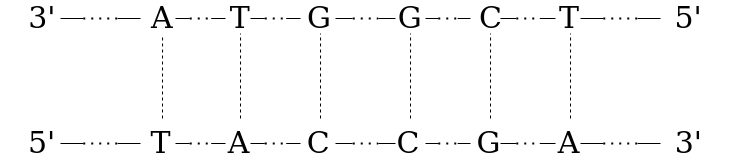
Above: tex/image/dna.png in NYCU-PCCA/Winter-Camp-Contest-2023 (draw.io), before the change. Source tidied: cells renumbered, new cells last; positions are measured from the earlier drawing's top-left corner, leaving out a move shared by most shapes. Its diagram source:
```xml
<mxGraphModel>
  <root>
    <mxCell id="0" />
    <mxCell id="1" parent="0" />
    <mxCell id="2" style="group;" parent="1" vertex="1">
      <mxGeometry width="730" height="30" as="geometry" />
    </mxCell>
    <mxCell id="3" value="&lt;font style=&quot;font-size: 30px;&quot; face=&quot;Lucida Console&quot;&gt;3'&amp;nbsp; &amp;nbsp; &amp;nbsp;&amp;nbsp; &amp;nbsp;&amp;nbsp; A&amp;nbsp;&amp;nbsp;&amp;nbsp;&amp;nbsp;&amp;nbsp; T&amp;nbsp;&amp;nbsp;&amp;nbsp;&amp;nbsp;&amp;nbsp; G &amp;nbsp; &amp;nbsp; &amp;nbsp; G&amp;nbsp;&amp;nbsp;&amp;nbsp;&amp;nbsp;&amp;nbsp; C&amp;nbsp;&amp;nbsp;&amp;nbsp;&amp;nbsp;&amp;nbsp; T&amp;nbsp;&amp;nbsp;&amp;nbsp;&amp;nbsp;&amp;nbsp;&amp;nbsp;&amp;nbsp;&amp;nbsp;&amp;nbsp; 5'&lt;br&gt;&lt;/font&gt;" style="text;html=1;strokeColor=none;fillColor=none;align=center;verticalAlign=middle;whiteSpace=wrap;rounded=0;" parent="2" vertex="1">
      <mxGeometry width="730" height="30" as="geometry" />
    </mxCell>
    <mxCell id="4" style="group;" parent="2" vertex="1">
      <mxGeometry x="175" y="15" width="50" as="geometry" />
    </mxCell>
    <mxCell id="5" style="endArrow=none;html=1;rounded=0;fontFamily=Lucida Console;fontSize=30;" parent="4" edge="1">
      <mxGeometry relative="1" as="geometry">
        <mxPoint as="sourcePoint" />
        <mxPoint x="14.3" as="targetPoint" />
      </mxGeometry>
    </mxCell>
    <mxCell id="6" style="endArrow=none;dashed=1;html=1;dashPattern=1 3;strokeWidth=2;rounded=0;fontFamily=Lucida Console;fontSize=30;" parent="4" edge="1">
      <mxGeometry relative="1" as="geometry">
        <mxPoint x="14.3" as="sourcePoint" />
        <mxPoint x="35.7" as="targetPoint" />
      </mxGeometry>
    </mxCell>
    <mxCell id="7" style="endArrow=none;html=1;rounded=0;fontFamily=Lucida Console;fontSize=30;" parent="4" edge="1">
      <mxGeometry relative="1" as="geometry">
        <mxPoint x="35.7" as="sourcePoint" />
        <mxPoint x="50" as="targetPoint" />
      </mxGeometry>
    </mxCell>
    <mxCell id="8" style="group;" parent="2" vertex="1">
      <mxGeometry x="250" y="15" width="50" as="geometry" />
    </mxCell>
    <mxCell id="9" style="endArrow=none;html=1;rounded=0;fontFamily=Lucida Console;fontSize=30;" parent="8" edge="1">
      <mxGeometry relative="1" as="geometry">
        <mxPoint as="sourcePoint" />
        <mxPoint x="14.3" as="targetPoint" />
      </mxGeometry>
    </mxCell>
    <mxCell id="10" style="endArrow=none;dashed=1;html=1;dashPattern=1 3;strokeWidth=2;rounded=0;fontFamily=Lucida Console;fontSize=30;" parent="8" edge="1">
      <mxGeometry relative="1" as="geometry">
        <mxPoint x="14.3" as="sourcePoint" />
        <mxPoint x="35.7" as="targetPoint" />
      </mxGeometry>
    </mxCell>
    <mxCell id="11" style="endArrow=none;html=1;rounded=0;fontFamily=Lucida Console;fontSize=30;" parent="8" edge="1">
      <mxGeometry relative="1" as="geometry">
        <mxPoint x="35.7" as="sourcePoint" />
        <mxPoint x="50" as="targetPoint" />
      </mxGeometry>
    </mxCell>
    <mxCell id="12" style="group;" parent="2" vertex="1">
      <mxGeometry x="335" y="15" width="60" as="geometry" />
    </mxCell>
    <mxCell id="13" style="endArrow=none;html=1;rounded=0;fontFamily=Lucida Console;fontSize=30;" parent="12" edge="1">
      <mxGeometry relative="1" as="geometry">
        <mxPoint as="sourcePoint" />
        <mxPoint x="17.1" as="targetPoint" />
      </mxGeometry>
    </mxCell>
    <mxCell id="14" style="endArrow=none;dashed=1;html=1;dashPattern=1 3;strokeWidth=2;rounded=0;fontFamily=Lucida Console;fontSize=30;" parent="12" edge="1">
      <mxGeometry relative="1" as="geometry">
        <mxPoint x="17.1" as="sourcePoint" />
        <mxPoint x="42.9" as="targetPoint" />
      </mxGeometry>
    </mxCell>
    <mxCell id="15" style="endArrow=none;html=1;rounded=0;fontFamily=Lucida Console;fontSize=30;" parent="12" edge="1">
      <mxGeometry relative="1" as="geometry">
        <mxPoint x="42.9" as="sourcePoint" />
        <mxPoint x="60" as="targetPoint" />
      </mxGeometry>
    </mxCell>
    <mxCell id="16" style="group;" parent="2" vertex="1">
      <mxGeometry x="425" y="15" width="45" as="geometry" />
    </mxCell>
    <mxCell id="17" style="endArrow=none;html=1;rounded=0;fontFamily=Lucida Console;fontSize=30;" parent="16" edge="1">
      <mxGeometry relative="1" as="geometry">
        <mxPoint as="sourcePoint" />
        <mxPoint x="12.9" as="targetPoint" />
      </mxGeometry>
    </mxCell>
    <mxCell id="18" style="endArrow=none;dashed=1;html=1;dashPattern=1 3;strokeWidth=2;rounded=0;fontFamily=Lucida Console;fontSize=30;" parent="16" edge="1">
      <mxGeometry relative="1" as="geometry">
        <mxPoint x="12.9" as="sourcePoint" />
        <mxPoint x="32.1" as="targetPoint" />
      </mxGeometry>
    </mxCell>
    <mxCell id="19" style="endArrow=none;html=1;rounded=0;fontFamily=Lucida Console;fontSize=30;" parent="16" edge="1">
      <mxGeometry relative="1" as="geometry">
        <mxPoint x="32.1" as="sourcePoint" />
        <mxPoint x="45" as="targetPoint" />
      </mxGeometry>
    </mxCell>
    <mxCell id="20" style="group;" parent="2" vertex="1">
      <mxGeometry x="500" y="15" width="55" as="geometry" />
    </mxCell>
    <mxCell id="21" style="endArrow=none;html=1;rounded=0;fontFamily=Lucida Console;fontSize=30;" parent="20" edge="1">
      <mxGeometry relative="1" as="geometry">
        <mxPoint as="sourcePoint" />
        <mxPoint x="15.7" as="targetPoint" />
      </mxGeometry>
    </mxCell>
    <mxCell id="22" style="endArrow=none;dashed=1;html=1;dashPattern=1 3;strokeWidth=2;rounded=0;fontFamily=Lucida Console;fontSize=30;" parent="20" edge="1">
      <mxGeometry relative="1" as="geometry">
        <mxPoint x="15.7" as="sourcePoint" />
        <mxPoint x="39.3" as="targetPoint" />
      </mxGeometry>
    </mxCell>
    <mxCell id="23" style="endArrow=none;html=1;rounded=0;fontFamily=Lucida Console;fontSize=30;" parent="20" edge="1">
      <mxGeometry relative="1" as="geometry">
        <mxPoint x="39.3" as="sourcePoint" />
        <mxPoint x="55" as="targetPoint" />
      </mxGeometry>
    </mxCell>
    <mxCell id="24" style="group;" parent="2" vertex="1">
      <mxGeometry x="580" y="15" width="80" as="geometry" />
    </mxCell>
    <mxCell id="25" style="endArrow=none;html=1;rounded=0;fontFamily=Lucida Console;fontSize=30;" parent="24" edge="1">
      <mxGeometry relative="1" as="geometry">
        <mxPoint as="sourcePoint" />
        <mxPoint x="22.9" as="targetPoint" />
      </mxGeometry>
    </mxCell>
    <mxCell id="26" style="endArrow=none;dashed=1;html=1;dashPattern=1 3;strokeWidth=2;rounded=0;fontFamily=Lucida Console;fontSize=30;" parent="24" edge="1">
      <mxGeometry relative="1" as="geometry">
        <mxPoint x="22.9" as="sourcePoint" />
        <mxPoint x="57.1" as="targetPoint" />
      </mxGeometry>
    </mxCell>
    <mxCell id="27" style="endArrow=none;html=1;rounded=0;fontFamily=Lucida Console;fontSize=30;" parent="24" edge="1">
      <mxGeometry relative="1" as="geometry">
        <mxPoint x="57.1" as="sourcePoint" />
        <mxPoint x="80" as="targetPoint" />
      </mxGeometry>
    </mxCell>
    <mxCell id="28" style="group;" parent="2" vertex="1">
      <mxGeometry x="60" y="15" width="80" as="geometry" />
    </mxCell>
    <mxCell id="29" style="endArrow=none;html=1;rounded=0;fontFamily=Lucida Console;fontSize=30;" parent="28" edge="1">
      <mxGeometry relative="1" as="geometry">
        <mxPoint as="sourcePoint" />
        <mxPoint x="22.9" as="targetPoint" />
      </mxGeometry>
    </mxCell>
    <mxCell id="30" style="endArrow=none;dashed=1;html=1;dashPattern=1 3;strokeWidth=2;rounded=0;fontFamily=Lucida Console;fontSize=30;" parent="28" edge="1">
      <mxGeometry relative="1" as="geometry">
        <mxPoint x="22.9" as="sourcePoint" />
        <mxPoint x="57.1" as="targetPoint" />
      </mxGeometry>
    </mxCell>
    <mxCell id="31" style="endArrow=none;html=1;rounded=0;fontFamily=Lucida Console;fontSize=30;" parent="28" edge="1">
      <mxGeometry relative="1" as="geometry">
        <mxPoint x="57.1" as="sourcePoint" />
        <mxPoint x="80" as="targetPoint" />
      </mxGeometry>
    </mxCell>
    <mxCell id="32" style="group;" parent="1" vertex="1">
      <mxGeometry y="125" width="730" height="30" as="geometry" />
    </mxCell>
    <mxCell id="33" value="&lt;font style=&quot;font-size: 30px;&quot; face=&quot;Lucida Console&quot;&gt;5'&amp;nbsp; &amp;nbsp; &amp;nbsp;&amp;nbsp; &amp;nbsp;&amp;nbsp; T &amp;nbsp;&amp;nbsp;&amp;nbsp;&amp;nbsp; A &amp;nbsp;&amp;nbsp;&amp;nbsp;&amp;nbsp; C &amp;nbsp; &amp;nbsp; &amp;nbsp; C &amp;nbsp;&amp;nbsp;&amp;nbsp;&amp;nbsp; G &amp;nbsp;&amp;nbsp;&amp;nbsp;&amp;nbsp; A &amp;nbsp;&amp;nbsp;&amp;nbsp;&amp;nbsp;&amp;nbsp;&amp;nbsp;&amp;nbsp;&amp;nbsp; 3'&lt;br&gt;&lt;/font&gt;" style="text;html=1;strokeColor=none;fillColor=none;align=center;verticalAlign=middle;whiteSpace=wrap;rounded=0;" parent="32" vertex="1">
      <mxGeometry width="730" height="30" as="geometry" />
    </mxCell>
    <mxCell id="34" style="group;" parent="32" vertex="1">
      <mxGeometry x="175" y="15" width="50" as="geometry" />
    </mxCell>
    <mxCell id="35" style="endArrow=none;html=1;rounded=0;fontFamily=Lucida Console;fontSize=30;" parent="34" edge="1">
      <mxGeometry relative="1" as="geometry">
        <mxPoint as="sourcePoint" />
        <mxPoint x="14.3" as="targetPoint" />
      </mxGeometry>
    </mxCell>
    <mxCell id="36" style="endArrow=none;dashed=1;html=1;dashPattern=1 3;strokeWidth=2;rounded=0;fontFamily=Lucida Console;fontSize=30;" parent="34" edge="1">
      <mxGeometry relative="1" as="geometry">
        <mxPoint x="14.3" as="sourcePoint" />
        <mxPoint x="35.7" as="targetPoint" />
      </mxGeometry>
    </mxCell>
    <mxCell id="37" style="endArrow=none;html=1;rounded=0;fontFamily=Lucida Console;fontSize=30;" parent="34" edge="1">
      <mxGeometry relative="1" as="geometry">
        <mxPoint x="35.7" as="sourcePoint" />
        <mxPoint x="50" as="targetPoint" />
      </mxGeometry>
    </mxCell>
    <mxCell id="38" style="group;" parent="32" vertex="1">
      <mxGeometry x="250" y="15" width="50" as="geometry" />
    </mxCell>
    <mxCell id="39" style="endArrow=none;html=1;rounded=0;fontFamily=Lucida Console;fontSize=30;" parent="38" edge="1">
      <mxGeometry relative="1" as="geometry">
        <mxPoint as="sourcePoint" />
        <mxPoint x="14.3" as="targetPoint" />
      </mxGeometry>
    </mxCell>
    <mxCell id="40" style="endArrow=none;dashed=1;html=1;dashPattern=1 3;strokeWidth=2;rounded=0;fontFamily=Lucida Console;fontSize=30;" parent="38" edge="1">
      <mxGeometry relative="1" as="geometry">
        <mxPoint x="14.3" as="sourcePoint" />
        <mxPoint x="35.7" as="targetPoint" />
      </mxGeometry>
    </mxCell>
    <mxCell id="41" style="endArrow=none;html=1;rounded=0;fontFamily=Lucida Console;fontSize=30;" parent="38" edge="1">
      <mxGeometry relative="1" as="geometry">
        <mxPoint x="35.7" as="sourcePoint" />
        <mxPoint x="50" as="targetPoint" />
      </mxGeometry>
    </mxCell>
    <mxCell id="42" style="group;" parent="32" vertex="1">
      <mxGeometry x="335" y="15" width="60" as="geometry" />
    </mxCell>
    <mxCell id="43" style="endArrow=none;html=1;rounded=0;fontFamily=Lucida Console;fontSize=30;" parent="42" edge="1">
      <mxGeometry relative="1" as="geometry">
        <mxPoint as="sourcePoint" />
        <mxPoint x="17.1" as="targetPoint" />
      </mxGeometry>
    </mxCell>
    <mxCell id="44" style="endArrow=none;dashed=1;html=1;dashPattern=1 3;strokeWidth=2;rounded=0;fontFamily=Lucida Console;fontSize=30;" parent="42" edge="1">
      <mxGeometry relative="1" as="geometry">
        <mxPoint x="17.1" as="sourcePoint" />
        <mxPoint x="42.9" as="targetPoint" />
      </mxGeometry>
    </mxCell>
    <mxCell id="45" style="endArrow=none;html=1;rounded=0;fontFamily=Lucida Console;fontSize=30;" parent="42" edge="1">
      <mxGeometry relative="1" as="geometry">
        <mxPoint x="42.9" as="sourcePoint" />
        <mxPoint x="60" as="targetPoint" />
      </mxGeometry>
    </mxCell>
    <mxCell id="46" style="group;" parent="32" vertex="1">
      <mxGeometry x="425" y="15" width="45" as="geometry" />
    </mxCell>
    <mxCell id="47" style="endArrow=none;html=1;rounded=0;fontFamily=Lucida Console;fontSize=30;" parent="46" edge="1">
      <mxGeometry relative="1" as="geometry">
        <mxPoint as="sourcePoint" />
        <mxPoint x="12.9" as="targetPoint" />
      </mxGeometry>
    </mxCell>
    <mxCell id="48" style="endArrow=none;dashed=1;html=1;dashPattern=1 3;strokeWidth=2;rounded=0;fontFamily=Lucida Console;fontSize=30;" parent="46" edge="1">
      <mxGeometry relative="1" as="geometry">
        <mxPoint x="12.9" as="sourcePoint" />
        <mxPoint x="32.1" as="targetPoint" />
      </mxGeometry>
    </mxCell>
    <mxCell id="49" style="endArrow=none;html=1;rounded=0;fontFamily=Lucida Console;fontSize=30;" parent="46" edge="1">
      <mxGeometry relative="1" as="geometry">
        <mxPoint x="32.1" as="sourcePoint" />
        <mxPoint x="45" as="targetPoint" />
      </mxGeometry>
    </mxCell>
    <mxCell id="50" style="group;" parent="32" vertex="1">
      <mxGeometry x="500" y="15" width="55" as="geometry" />
    </mxCell>
    <mxCell id="51" style="endArrow=none;html=1;rounded=0;fontFamily=Lucida Console;fontSize=30;" parent="50" edge="1">
      <mxGeometry relative="1" as="geometry">
        <mxPoint as="sourcePoint" />
        <mxPoint x="15.7" as="targetPoint" />
      </mxGeometry>
    </mxCell>
    <mxCell id="52" style="endArrow=none;dashed=1;html=1;dashPattern=1 3;strokeWidth=2;rounded=0;fontFamily=Lucida Console;fontSize=30;" parent="50" edge="1">
      <mxGeometry relative="1" as="geometry">
        <mxPoint x="15.7" as="sourcePoint" />
        <mxPoint x="39.3" as="targetPoint" />
      </mxGeometry>
    </mxCell>
    <mxCell id="53" style="endArrow=none;html=1;rounded=0;fontFamily=Lucida Console;fontSize=30;" parent="50" edge="1">
      <mxGeometry relative="1" as="geometry">
        <mxPoint x="39.3" as="sourcePoint" />
        <mxPoint x="55" as="targetPoint" />
      </mxGeometry>
    </mxCell>
    <mxCell id="54" style="group;" parent="32" vertex="1">
      <mxGeometry x="580" y="15" width="80" as="geometry" />
    </mxCell>
    <mxCell id="55" style="endArrow=none;html=1;rounded=0;fontFamily=Lucida Console;fontSize=30;" parent="54" edge="1">
      <mxGeometry relative="1" as="geometry">
        <mxPoint as="sourcePoint" />
        <mxPoint x="22.9" as="targetPoint" />
      </mxGeometry>
    </mxCell>
    <mxCell id="56" style="endArrow=none;dashed=1;html=1;dashPattern=1 3;strokeWidth=2;rounded=0;fontFamily=Lucida Console;fontSize=30;" parent="54" edge="1">
      <mxGeometry relative="1" as="geometry">
        <mxPoint x="22.9" as="sourcePoint" />
        <mxPoint x="57.1" as="targetPoint" />
      </mxGeometry>
    </mxCell>
    <mxCell id="57" style="endArrow=none;html=1;rounded=0;fontFamily=Lucida Console;fontSize=30;" parent="54" edge="1">
      <mxGeometry relative="1" as="geometry">
        <mxPoint x="57.1" as="sourcePoint" />
        <mxPoint x="80" as="targetPoint" />
      </mxGeometry>
    </mxCell>
    <mxCell id="58" style="group;" parent="32" vertex="1">
      <mxGeometry x="60" y="15" width="80" as="geometry" />
    </mxCell>
    <mxCell id="59" style="endArrow=none;html=1;rounded=0;fontFamily=Lucida Console;fontSize=30;" parent="58" edge="1">
      <mxGeometry relative="1" as="geometry">
        <mxPoint as="sourcePoint" />
        <mxPoint x="22.9" as="targetPoint" />
      </mxGeometry>
    </mxCell>
    <mxCell id="60" style="endArrow=none;dashed=1;html=1;dashPattern=1 3;strokeWidth=2;rounded=0;fontFamily=Lucida Console;fontSize=30;" parent="58" edge="1">
      <mxGeometry relative="1" as="geometry">
        <mxPoint x="22.9" as="sourcePoint" />
        <mxPoint x="57.1" as="targetPoint" />
      </mxGeometry>
    </mxCell>
    <mxCell id="61" style="endArrow=none;html=1;rounded=0;fontFamily=Lucida Console;fontSize=30;" parent="58" edge="1">
      <mxGeometry relative="1" as="geometry">
        <mxPoint x="57.1" as="sourcePoint" />
        <mxPoint x="80" as="targetPoint" />
      </mxGeometry>
    </mxCell>
    <mxCell id="62" style="endArrow=none;dashed=1;html=1;rounded=0;fontFamily=Lucida Console;fontSize=30;entryX=0.222;entryY=1.1;entryDx=0;entryDy=0;entryPerimeter=0;" parent="1" edge="1" target="3">
      <mxGeometry relative="1" as="geometry">
        <mxPoint x="162" y="115" as="sourcePoint" />
      </mxGeometry>
    </mxCell>
    <mxCell id="63" style="endArrow=none;dashed=1;html=1;rounded=0;fontFamily=Lucida Console;fontSize=30;entryX=0.222;entryY=1.1;entryDx=0;entryDy=0;entryPerimeter=0;" parent="1" edge="1">
      <mxGeometry relative="1" as="geometry">
        <mxPoint x="240" y="115" as="sourcePoint" />
        <mxPoint x="240.1" y="30" as="targetPoint" />
      </mxGeometry>
    </mxCell>
    <mxCell id="64" style="endArrow=none;dashed=1;html=1;rounded=0;fontFamily=Lucida Console;fontSize=30;entryX=0.222;entryY=1.1;entryDx=0;entryDy=0;entryPerimeter=0;" parent="1" edge="1">
      <mxGeometry relative="1" as="geometry">
        <mxPoint x="320" y="115" as="sourcePoint" />
        <mxPoint x="320.1" y="30" as="targetPoint" />
      </mxGeometry>
    </mxCell>
    <mxCell id="65" style="endArrow=none;dashed=1;html=1;rounded=0;fontFamily=Lucida Console;fontSize=30;entryX=0.222;entryY=1.1;entryDx=0;entryDy=0;entryPerimeter=0;" parent="1" edge="1">
      <mxGeometry relative="1" as="geometry">
        <mxPoint x="410" y="115" as="sourcePoint" />
        <mxPoint x="410.1" y="30" as="targetPoint" />
      </mxGeometry>
    </mxCell>
    <mxCell id="66" style="endArrow=none;dashed=1;html=1;rounded=0;fontFamily=Lucida Console;fontSize=30;entryX=0.222;entryY=1.1;entryDx=0;entryDy=0;entryPerimeter=0;" parent="1" edge="1">
      <mxGeometry relative="1" as="geometry">
        <mxPoint x="490" y="115" as="sourcePoint" />
        <mxPoint x="490.1" y="30" as="targetPoint" />
      </mxGeometry>
    </mxCell>
    <mxCell id="67" style="endArrow=none;dashed=1;html=1;rounded=0;fontFamily=Lucida Console;fontSize=30;entryX=0.222;entryY=1.1;entryDx=0;entryDy=0;entryPerimeter=0;" parent="1" edge="1">
      <mxGeometry relative="1" as="geometry">
        <mxPoint x="570" y="115" as="sourcePoint" />
        <mxPoint x="570.1" y="30" as="targetPoint" />
      </mxGeometry>
    </mxCell>
  </root>
</mxGraphModel>
```
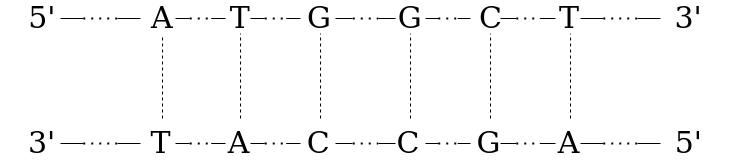
The same diagram one commit later.

The edit, as a diff of the source:
```diff
@@ -5,7 +5,7 @@
     <mxCell id="2" style="group;" parent="1" vertex="1">
       <mxGeometry width="730" height="30" as="geometry" />
     </mxCell>
-    <mxCell id="3" value="&lt;font style=&quot;font-size: 30px;&quot; face=&quot;Lucida Console&quot;&gt;3'&amp;nbsp; &amp;nbsp; &amp;nbsp;&amp;nbsp; &amp;nbsp;&amp;nbsp; A&amp;nbsp;&amp;nbsp;&amp;nbsp;&amp;nbsp;&amp;nbsp; T&amp;nbsp;&amp;nbsp;&amp;nbsp;&amp;nbsp;&amp;nbsp; G &amp;nbsp; &amp;nbsp; &amp;nbsp; G&amp;nbsp;&amp;nbsp;&amp;nbsp;&amp;nbsp;&amp;nbsp; C&amp;nbsp;&amp;nbsp;&amp;nbsp;&amp;nbsp;&amp;nbsp; T&amp;nbsp;&amp;nbsp;&amp;nbsp;&amp;nbsp;&amp;nbsp;&amp;nbsp;&amp;nbsp;&amp;nbsp;&amp;nbsp; 5'&lt;br&gt;&lt;/font&gt;" style="text;html=1;strokeColor=none;fillColor=none;align=center;verticalAlign=middle;whiteSpace=wrap;rounded=0;" parent="2" vertex="1">
+    <mxCell id="3" value="&lt;font style=&quot;font-size: 30px;&quot; face=&quot;Lucida Console&quot;&gt;5'&amp;nbsp; &amp;nbsp; &amp;nbsp;&amp;nbsp; &amp;nbsp;&amp;nbsp; A&amp;nbsp;&amp;nbsp;&amp;nbsp;&amp;nbsp;&amp;nbsp; T&amp;nbsp;&amp;nbsp;&amp;nbsp;&amp;nbsp;&amp;nbsp; G &amp;nbsp; &amp;nbsp; &amp;nbsp; G&amp;nbsp;&amp;nbsp;&amp;nbsp;&amp;nbsp;&amp;nbsp; C&amp;nbsp;&amp;nbsp;&amp;nbsp;&amp;nbsp;&amp;nbsp; T&amp;nbsp;&amp;nbsp;&amp;nbsp;&amp;nbsp;&amp;nbsp;&amp;nbsp;&amp;nbsp;&amp;nbsp;&amp;nbsp; 3'&lt;br&gt;&lt;/font&gt;" style="text;html=1;strokeColor=none;fillColor=none;align=center;verticalAlign=middle;whiteSpace=wrap;rounded=0;" parent="2" vertex="1">
       <mxGeometry width="730" height="30" as="geometry" />
     </mxCell>
     <mxCell id="4" style="group;" parent="2" vertex="1">
@@ -158,7 +158,7 @@
     <mxCell id="32" style="group;" parent="1" vertex="1">
       <mxGeometry y="125" width="730" height="30" as="geometry" />
     </mxCell>
-    <mxCell id="33" value="&lt;font style=&quot;font-size: 30px;&quot; face=&quot;Lucida Console&quot;&gt;5'&amp;nbsp; &amp;nbsp; &amp;nbsp;&amp;nbsp; &amp;nbsp;&amp;nbsp; T &amp;nbsp;&amp;nbsp;&amp;nbsp;&amp;nbsp; A &amp;nbsp;&amp;nbsp;&amp;nbsp;&amp;nbsp; C &amp;nbsp; &amp;nbsp; &amp;nbsp; C &amp;nbsp;&amp;nbsp;&amp;nbsp;&amp;nbsp; G &amp;nbsp;&amp;nbsp;&amp;nbsp;&amp;nbsp; A &amp;nbsp;&amp;nbsp;&amp;nbsp;&amp;nbsp;&amp;nbsp;&amp;nbsp;&amp;nbsp;&amp;nbsp; 3'&lt;br&gt;&lt;/font&gt;" style="text;html=1;strokeColor=none;fillColor=none;align=center;verticalAlign=middle;whiteSpace=wrap;rounded=0;" parent="32" vertex="1">
+    <mxCell id="33" value="&lt;font style=&quot;font-size: 30px;&quot; face=&quot;Lucida Console&quot;&gt;3'&amp;nbsp; &amp;nbsp; &amp;nbsp;&amp;nbsp; &amp;nbsp;&amp;nbsp; T &amp;nbsp;&amp;nbsp;&amp;nbsp;&amp;nbsp; A &amp;nbsp;&amp;nbsp;&amp;nbsp;&amp;nbsp; C &amp;nbsp; &amp;nbsp; &amp;nbsp; C &amp;nbsp;&amp;nbsp;&amp;nbsp;&amp;nbsp; G &amp;nbsp;&amp;nbsp;&amp;nbsp;&amp;nbsp; A &amp;nbsp;&amp;nbsp;&amp;nbsp;&amp;nbsp;&amp;nbsp;&amp;nbsp;&amp;nbsp;&amp;nbsp; 5'&lt;br&gt;&lt;/font&gt;" style="text;html=1;strokeColor=none;fillColor=none;align=center;verticalAlign=middle;whiteSpace=wrap;rounded=0;" parent="32" vertex="1">
       <mxGeometry width="730" height="30" as="geometry" />
     </mxCell>
     <mxCell id="34" style="group;" parent="32" vertex="1">
```
